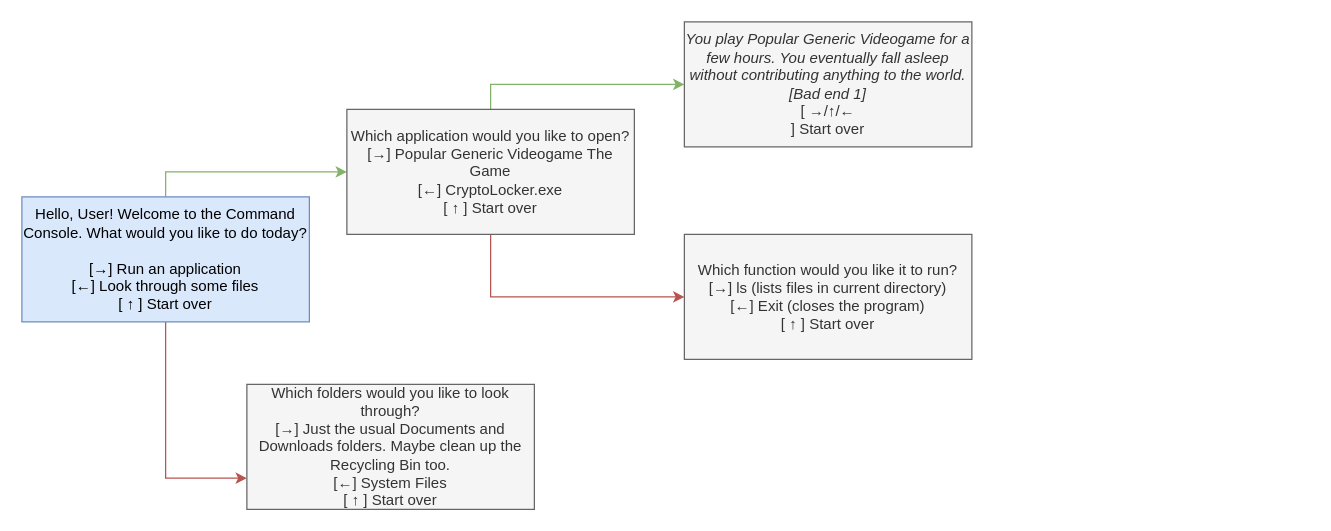
This is Story Diagram.drawio from BlizzardBunny/command-console-the-game, a draw.io file, before an edit. Source tidied: cells renumbered, new cells numbered last; positions are measured from the earlier drawing's top-left corner, leaving out a move shared by most shapes. Both pictures are drawn from the tidied source at 125%, with x=0, y=0 at pixel (21, 21).
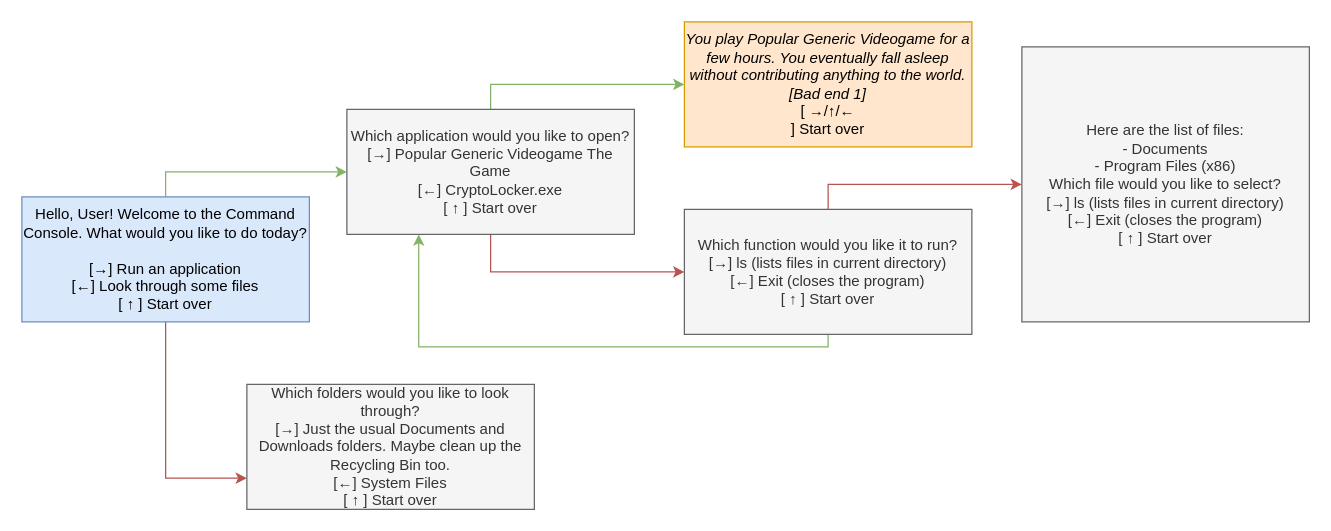
After the change.

Change to the diagram source:
```diff
@@
 <mxGraphModel>
   <root>
     <mxCell id="0" />
     <mxCell id="1" parent="0" />
     <mxCell id="2" style="edgeStyle=orthogonalEdgeStyle;rounded=0;jettySize=auto;html=1;exitX=0.5;exitY=0;exitDx=0;exitDy=0;entryX=0;entryY=0.5;entryDx=0;entryDy=0;fillColor=#d5e8d4;strokeColor=#82b366;" parent="1" edge="1" source="4" target="7">
       <mxGeometry relative="1" as="geometry" />
     </mxCell>
     <mxCell id="3" style="edgeStyle=orthogonalEdgeStyle;rounded=0;jettySize=auto;html=1;exitX=0.5;exitY=1;exitDx=0;exitDy=0;entryX=0;entryY=0.75;entryDx=0;entryDy=0;fillColor=#f8cecc;strokeColor=#b85450;" parent="1" edge="1" source="4" target="8">
       <mxGeometry relative="1" as="geometry" />
     </mxCell>
     <mxCell id="4" value="&lt;div&gt;Hello, User! Welcome to the Command Console. What would you like to do today?&lt;/div&gt;&lt;div&gt;&lt;br&gt;&lt;/div&gt;&lt;div&gt;[→] Run an application&lt;/div&gt;&lt;div&gt;[←] Look through some files&lt;/div&gt;&lt;div&gt;[ ↑ ] Start over&lt;/div&gt;" style="text;html=1;strokeColor=#6c8ebf;fillColor=#dae8fc;align=center;verticalAlign=middle;whiteSpace=wrap;rounded=0;" parent="1" vertex="1">
       <mxGeometry y="140" width="230" height="100" as="geometry" />
     </mxCell>
     <mxCell id="5" style="edgeStyle=orthogonalEdgeStyle;rounded=0;jettySize=auto;html=1;exitX=0.5;exitY=0;exitDx=0;exitDy=0;entryX=0;entryY=0.5;entryDx=0;entryDy=0;fillColor=#d5e8d4;strokeColor=#82b366;" parent="1" edge="1" source="7" target="10">
       <mxGeometry relative="1" as="geometry" />
     </mxCell>
     <mxCell id="6" style="edgeStyle=orthogonalEdgeStyle;rounded=0;jettySize=auto;html=1;exitX=0.5;exitY=1;exitDx=0;exitDy=0;entryX=0;entryY=0.5;entryDx=0;entryDy=0;fillColor=#f8cecc;strokeColor=#b85450;" parent="1" edge="1" source="7" target="9">
       <mxGeometry relative="1" as="geometry" />
     </mxCell>
     <mxCell id="7" value="&lt;div&gt;Which application would you like to open?&lt;/div&gt;&lt;div&gt;&lt;span&gt; &lt;/span&gt;[→] Popular Generic Videogame The Game&lt;/div&gt;&lt;div&gt;&lt;span&gt; &lt;/span&gt;[←] CryptoLocker.exe&lt;/div&gt;&lt;div&gt;&lt;span&gt; &lt;/span&gt;[ ↑ ] Start over&lt;/div&gt;" style="text;html=1;align=center;verticalAlign=middle;whiteSpace=wrap;rounded=0;fillColor=#f5f5f5;strokeColor=#666666;fontColor=#333333;" parent="1" vertex="1">
       <mxGeometry x="260" y="70" width="230" height="100" as="geometry" />
     </mxCell>
     <mxCell id="8" value="&lt;div&gt;Which folders would you like to look through?&lt;/div&gt;&lt;div&gt;&lt;span&gt; &lt;/span&gt;[→] Just the usual Documents and Downloads folders. Maybe clean up the Recycling Bin too.&lt;/div&gt;&lt;div&gt;&lt;span&gt; &lt;/span&gt;[←] System Files&lt;/div&gt;&lt;div&gt;&lt;span&gt; &lt;/span&gt;[ ↑ ] Start over&lt;/div&gt;" style="text;html=1;strokeColor=#666666;fillColor=#f5f5f5;align=center;verticalAlign=middle;whiteSpace=wrap;rounded=0;fontColor=#333333;" parent="1" vertex="1">
       <mxGeometry x="180" y="290" width="230" height="100" as="geometry" />
     </mxCell>
+    <mxCell id="11" style="edgeStyle=orthogonalEdgeStyle;rounded=0;jettySize=auto;html=1;exitX=0.5;exitY=1;exitDx=0;exitDy=0;entryX=0.25;entryY=1;entryDx=0;entryDy=0;fillColor=#d5e8d4;strokeColor=#82b366;" parent="1" edge="1" source="9" target="7">
+      <mxGeometry relative="1" as="geometry">
+        <Array as="points">
+          <mxPoint x="645" y="260" />
+          <mxPoint x="317" y="260" />
+        </Array>
+      </mxGeometry>
+    </mxCell>
+    <mxCell id="12" style="edgeStyle=orthogonalEdgeStyle;rounded=0;jettySize=auto;html=1;exitX=0.5;exitY=0;exitDx=0;exitDy=0;entryX=0;entryY=0.5;entryDx=0;entryDy=0;fillColor=#f8cecc;strokeColor=#b85450;" parent="1" edge="1" source="9" target="13">
+      <mxGeometry relative="1" as="geometry" />
+    </mxCell>
     <mxCell id="9" value="&lt;div&gt;Which function would you like it to run?&lt;/div&gt;&lt;div&gt;&lt;span&gt; &lt;/span&gt;[→] ls (lists files in current directory)&lt;/div&gt;&lt;div&gt;&lt;span&gt; &lt;/span&gt;[←] Exit (closes the program)&lt;/div&gt;&lt;div&gt;&lt;span&gt; &lt;/span&gt;[ ↑ ] Start over&lt;/div&gt;" style="text;html=1;strokeColor=#666666;fillColor=#f5f5f5;align=center;verticalAlign=middle;whiteSpace=wrap;rounded=0;fontColor=#333333;" parent="1" vertex="1">
-      <mxGeometry x="530" y="170" width="230" height="100" as="geometry" />
+      <mxGeometry x="530" y="150" width="230" height="100" as="geometry" />
     </mxCell>
-    <mxCell id="10" value="&lt;i&gt;You play Popular Generic Videogame for a few hours. You eventually fall asleep without contributing anything to the world. [Bad end 1]&lt;br&gt;&lt;/i&gt;[ →/↑/←&lt;br&gt;] Start over&lt;i&gt;&lt;br&gt;&lt;/i&gt;" style="text;html=1;strokeColor=#666666;fillColor=#f5f5f5;align=center;verticalAlign=middle;whiteSpace=wrap;rounded=0;fontColor=#333333;" parent="1" vertex="1">
+    <mxCell id="10" value="&lt;i&gt;You play Popular Generic Videogame for a few hours. You eventually fall asleep without contributing anything to the world. [Bad end 1]&lt;br&gt;&lt;/i&gt;[ →/↑/←&lt;br&gt;] Start over&lt;i&gt;&lt;br&gt;&lt;/i&gt;" style="text;html=1;strokeColor=#d79b00;fillColor=#ffe6cc;align=center;verticalAlign=middle;whiteSpace=wrap;rounded=0;" parent="1" vertex="1">
       <mxGeometry x="530" width="230" height="100" as="geometry" />
     </mxCell>
+    <mxCell id="13" value="&lt;div&gt;Here are the list of files:&lt;/div&gt;&lt;div&gt;- Documents&lt;/div&gt;&lt;div&gt;- Program Files (x86)&lt;br&gt;Which file would you like to select?&lt;/div&gt;&lt;div&gt;&lt;span&gt; &lt;/span&gt;[→] ls (lists files in current directory)&lt;/div&gt;&lt;div&gt;&lt;span&gt; &lt;/span&gt;[←] Exit (closes the program)&lt;/div&gt;&lt;div&gt;&lt;span&gt; &lt;/span&gt;[ ↑ ] Start over&lt;/div&gt;" style="text;html=1;strokeColor=#666666;fillColor=#f5f5f5;align=center;verticalAlign=middle;whiteSpace=wrap;rounded=0;fontColor=#333333;" parent="1" vertex="1">
+      <mxGeometry x="800" y="20" width="230" height="220" as="geometry" />
+    </mxCell>
   </root>
 </mxGraphModel>
```
